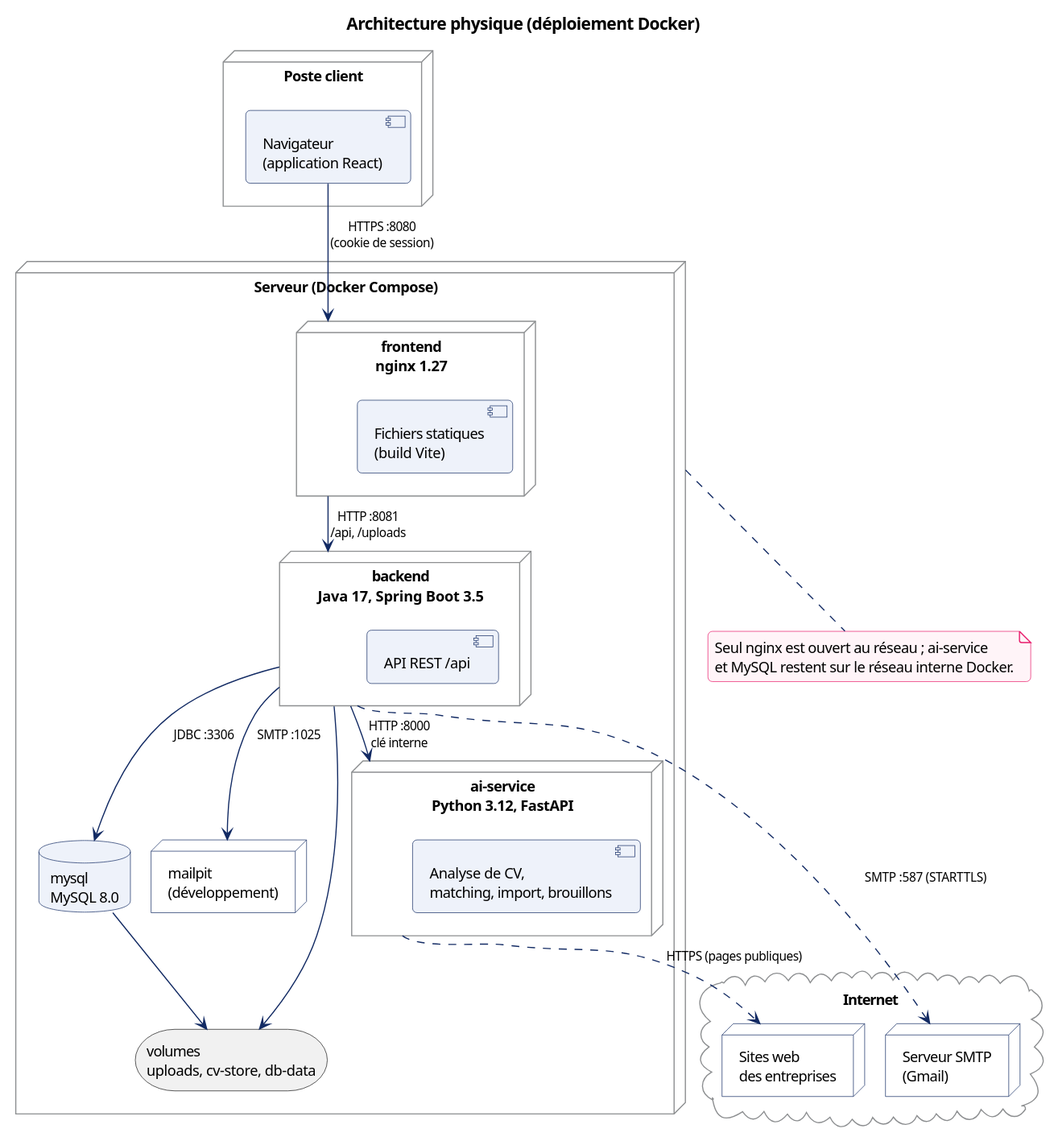
Before: docs/diagrams/out/architecture-physique.svg, a diagram exported from PlantUML (medguirat/HireHub).
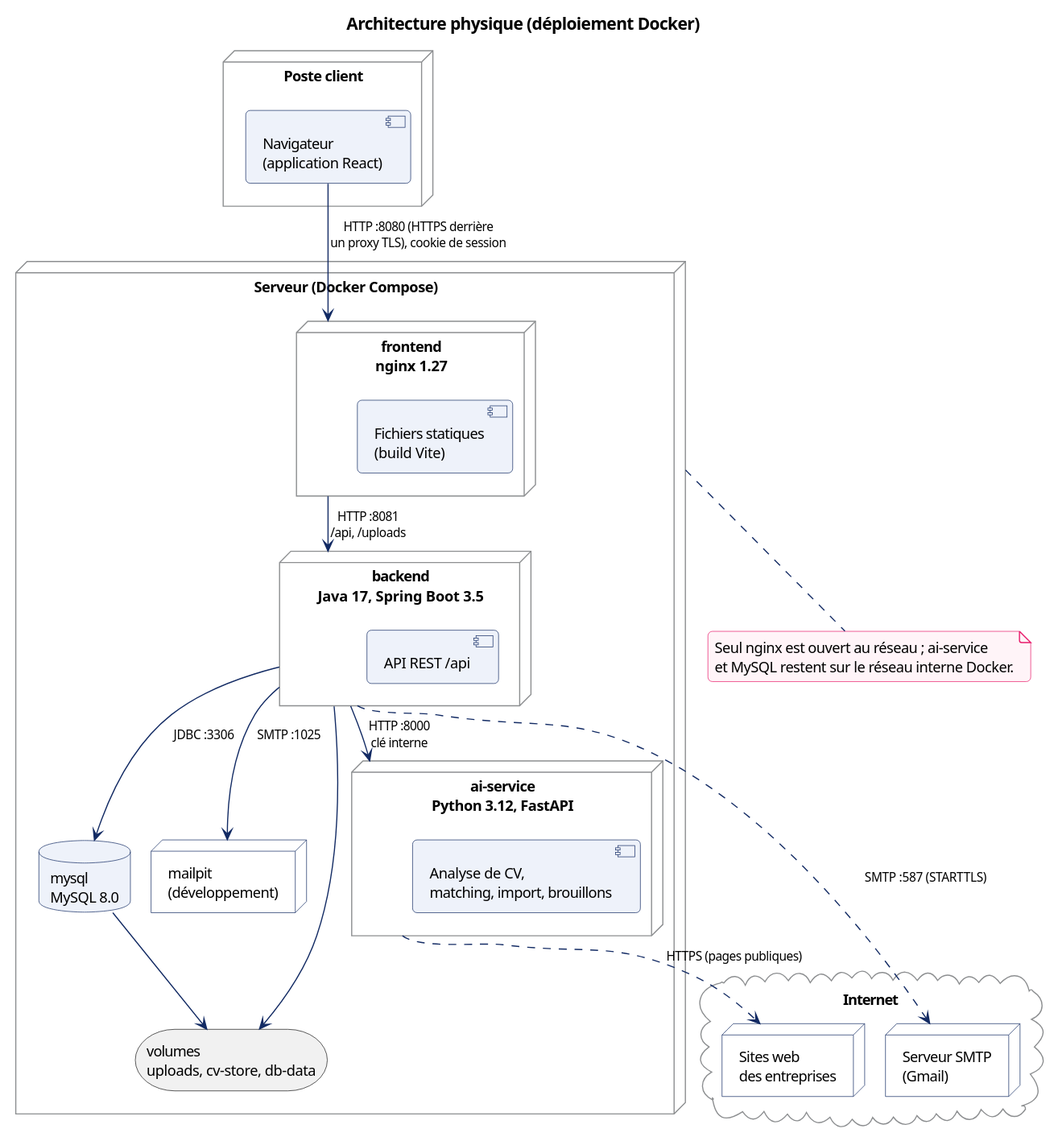
Above is the later version.

Commit message:
docs: the Docker stack serves plain HTTP on 8080 (HTTPS needs a TLS proxy in front)

The physical architecture diagram said HTTPS :8080; docker-compose.yml
publishes nginx over HTTP, and HTTPS needs a TLS proxy in front of it.

The edit, as a diff of the source:
```diff
@@ -27,7 +27,7 @@
   node "Sites web\ndes entreprises" as sites
 }
 
-browser --> nginx : HTTPS :8080\n(cookie de session)
+browser --> nginx : HTTP :8080 (HTTPS derrière\nun proxy TLS), cookie de session
 nginx --> backend : HTTP :8081\n/api, /uploads
 backend --> mysql : JDBC :3306
 backend --> ai : HTTP :8000\nclé interne
```
